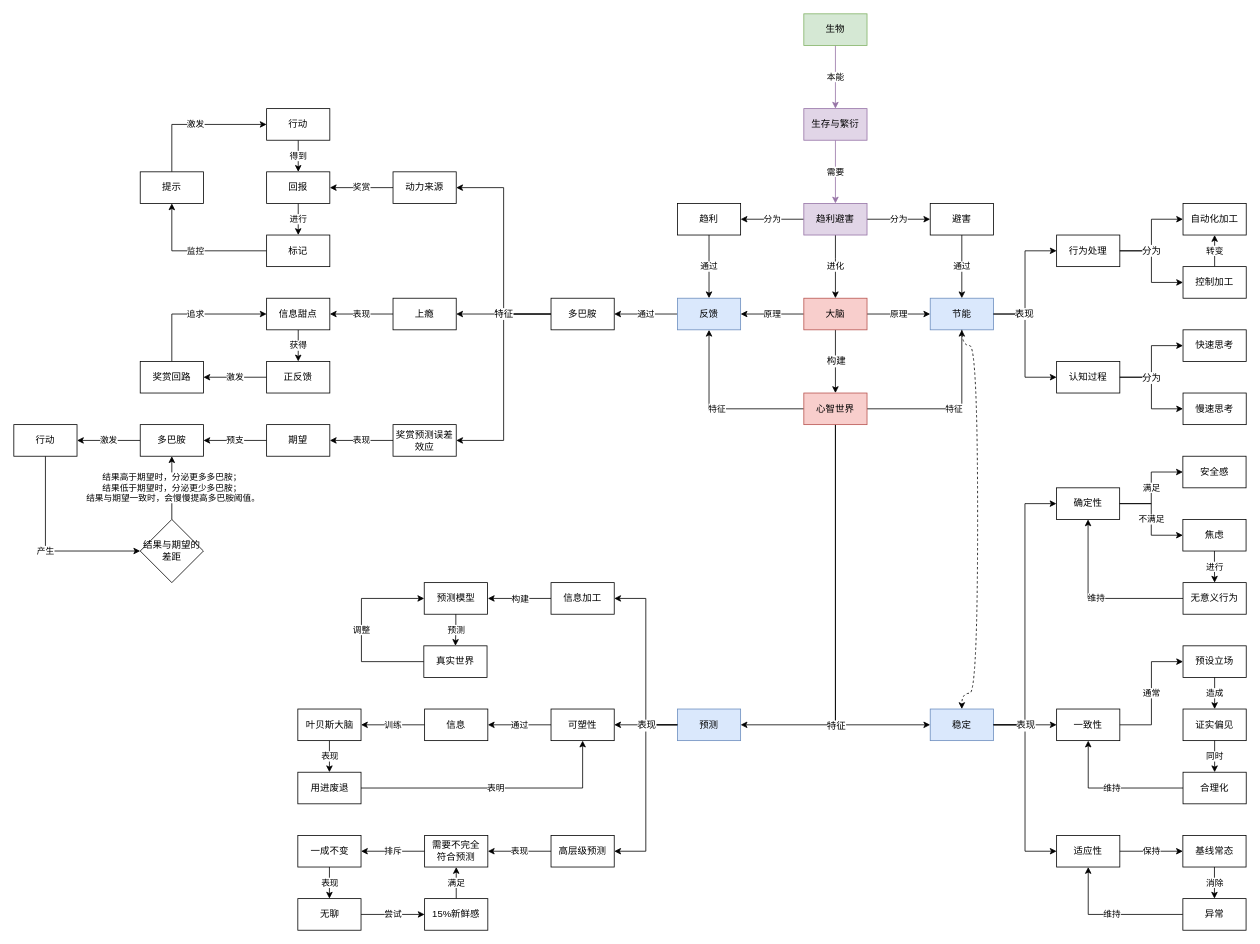
youyusan/open_mind keeps this draw.io diagram as 大脑底层原理.drawio. Above is the earlier version. Source tidied: cells renumbered, new cells numbered last; positions are measured from the earlier drawing's top-left corner, leaving out a move shared by most shapes. Both pictures are drawn from the tidied source at 79%, with x=0, y=0 at pixel (13, 13).
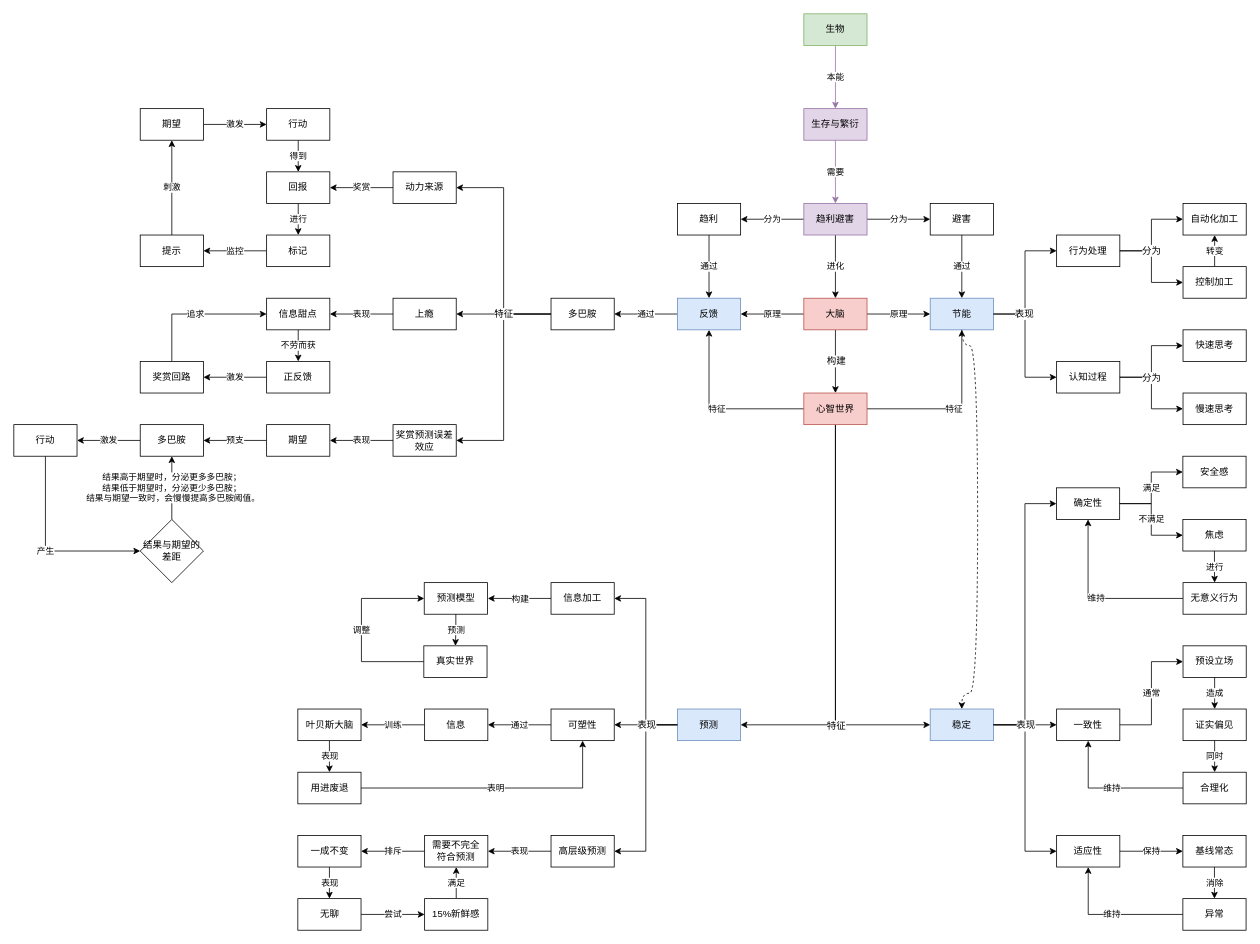
Above is the later version.

Commit message:
更新大脑底层原理.drawio

Unchanged cells that the change refers to:
```xml
<mxCell id="57" value="行动" style="rounded=0;whiteSpace=wrap;html=1;" parent="1" vertex="1">
  <mxGeometry x="320" y="120" width="80" height="40" as="geometry" />
</mxCell>
<mxCell id="61" value="标记" style="rounded=0;whiteSpace=wrap;html=1;" parent="1" vertex="1">
  <mxGeometry x="320" y="280" width="80" height="40" as="geometry" />
</mxCell>
<mxCell id="65" value="正反馈" style="rounded=0;whiteSpace=wrap;html=1;" parent="1" vertex="1">
  <mxGeometry x="320" y="440" width="80" height="40" as="geometry" />
</mxCell>
<mxCell id="67" value="信息甜点" style="rounded=0;whiteSpace=wrap;html=1;" parent="1" vertex="1">
  <mxGeometry x="320" y="360" width="80" height="40" as="geometry" />
</mxCell>
```

The edit, as a diff of the source:
```diff
@@
-    <mxCell id="60" value="监控" style="edgeStyle=orthogonalEdgeStyle;shape=connector;rounded=0;jettySize=auto;html=1;entryX=0.5;entryY=1;entryDx=0;entryDy=0;labelBackgroundColor=default;strokeColor=default;align=center;verticalAlign=middle;fontFamily=Helvetica;fontSize=11;fontColor=default;endArrow=classic;" parent="1" edge="1" source="61" target="63">
+    <mxCell id="60" value="监控" style="edgeStyle=orthogonalEdgeStyle;shape=connector;rounded=0;jettySize=auto;html=1;entryX=1;entryY=0.5;entryDx=0;entryDy=0;labelBackgroundColor=default;strokeColor=default;align=center;verticalAlign=middle;fontFamily=Helvetica;fontSize=11;fontColor=default;endArrow=classic;" parent="1" edge="1" source="61" target="63">
       <mxGeometry relative="1" as="geometry" />
     </mxCell>
@@
-    <mxCell id="62" value="激发" style="edgeStyle=orthogonalEdgeStyle;shape=connector;rounded=0;jettySize=auto;html=1;entryX=0;entryY=0.5;entryDx=0;entryDy=0;labelBackgroundColor=default;strokeColor=default;align=center;verticalAlign=middle;fontFamily=Helvetica;fontSize=11;fontColor=default;endArrow=classic;" parent="1" edge="1" source="63" target="57">
-      <mxGeometry relative="1" as="geometry">
-        <Array as="points">
-          <mxPoint x="200" y="140" />
-        </Array>
-      </mxGeometry>
-    </mxCell>
+    <mxCell id="135" value="刺激" style="edgeStyle=orthogonalEdgeStyle;rounded=0;jettySize=auto;html=1;entryX=0.5;entryY=1;entryDx=0;entryDy=0;" parent="1" edge="1" source="63" target="136">
+      <mxGeometry relative="1" as="geometry" />
+    </mxCell>
     <mxCell id="63" value="提示" style="rounded=0;whiteSpace=wrap;html=1;" parent="1" vertex="1">
-      <mxGeometry x="160" y="200" width="80" height="40" as="geometry" />
+      <mxGeometry x="160" y="280" width="80" height="40" as="geometry" />
     </mxCell>
@@
-    <mxCell id="66" value="获得" style="edgeStyle=orthogonalEdgeStyle;shape=connector;rounded=0;jettySize=auto;html=1;labelBackgroundColor=default;strokeColor=default;align=center;verticalAlign=middle;fontFamily=Helvetica;fontSize=11;fontColor=default;endArrow=classic;" parent="1" edge="1" source="67" target="65">
+    <mxCell id="66" value="不劳而获" style="edgeStyle=orthogonalEdgeStyle;shape=connector;rounded=0;jettySize=auto;html=1;labelBackgroundColor=default;strokeColor=default;align=center;verticalAlign=middle;fontFamily=Helvetica;fontSize=11;fontColor=default;endArrow=classic;" parent="1" edge="1" source="67" target="65">
       <mxGeometry relative="1" as="geometry" />
     </mxCell>
@@
+    <mxCell id="62" value="激发" style="edgeStyle=orthogonalEdgeStyle;rounded=0;jettySize=auto;html=1;entryX=0;entryY=0.5;entryDx=0;entryDy=0;" parent="1" edge="1" source="136" target="57">
+      <mxGeometry relative="1" as="geometry" />
+    </mxCell>
+    <mxCell id="136" value="期望" style="rounded=0;whiteSpace=wrap;html=1;" parent="1" vertex="1">
+      <mxGeometry x="160" y="120" width="80" height="40" as="geometry" />
+    </mxCell>
```
